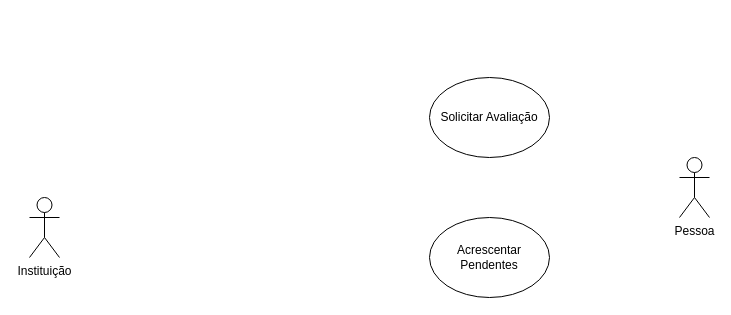
Earlier version of the draw.io diagram Controle de Clube Social.drawio (ArcanjoDaGuarda/AnjoProjetos). Source tidied: cells renumbered, new cells numbered last; positions are measured from the earlier drawing's top-left corner, leaving out a move shared by most shapes. Both pictures are drawn from the tidied source at 100%, with x=0, y=0 at pixel (29, 77).
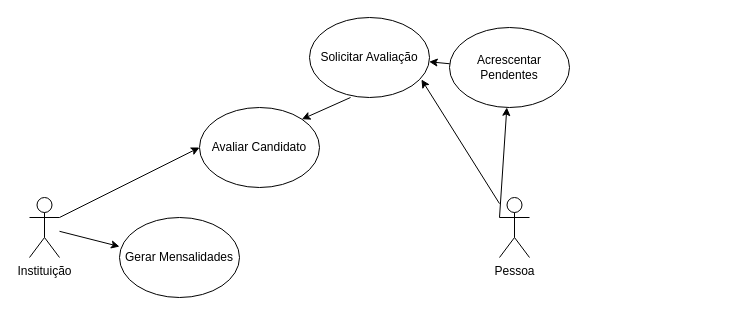
The same diagram, later.

Diff of the diagram source:
```diff
@@
 <mxGraphModel>
   <root>
     <mxCell id="0" />
     <mxCell id="1" parent="0" />
     <mxCell id="2" value="Pessoa" style="shape=umlActor;verticalLabelPosition=bottom;verticalAlign=top;html=1;outlineConnect=0;" parent="1" vertex="1">
-      <mxGeometry x="650" y="80" width="30" height="60" as="geometry" />
+      <mxGeometry x="470" y="120" width="30" height="60" as="geometry" />
     </mxCell>
     <mxCell id="3" value="Solicitar Avaliação" style="ellipse;whiteSpace=wrap;html=1;" parent="1" vertex="1">
-      <mxGeometry x="400" width="120" height="80" as="geometry" />
+      <mxGeometry x="280" y="-60" width="120" height="80" as="geometry" />
     </mxCell>
     <mxCell id="4" value="Acrescentar Pendentes" style="ellipse;whiteSpace=wrap;html=1;" parent="1" vertex="1">
-      <mxGeometry x="400" y="140" width="120" height="80" as="geometry" />
+      <mxGeometry x="420" y="-50" width="120" height="80" as="geometry" />
     </mxCell>
     <mxCell id="5" value="Instituição" style="shape=umlActor;verticalLabelPosition=bottom;verticalAlign=top;html=1;outlineConnect=0;" parent="1" vertex="1">
       <mxGeometry y="120" width="30" height="60" as="geometry" />
     </mxCell>
+    <mxCell id="6" value="Avaliar Candidato" style="ellipse;whiteSpace=wrap;html=1;" parent="1" vertex="1">
+      <mxGeometry x="170" y="30" width="120" height="80" as="geometry" />
+    </mxCell>
+    <mxCell id="7" value="Gerar Mensalidades" style="ellipse;whiteSpace=wrap;html=1;" parent="1" vertex="1">
+      <mxGeometry x="90" y="140" width="120" height="80" as="geometry" />
+    </mxCell>
+    <mxCell id="8" style="endArrow=classic;html=1;rounded=0;exitX=1;exitY=0.3333333333333333;exitDx=0;exitDy=0;exitPerimeter=0;entryX=0;entryY=0.5;entryDx=0;entryDy=0;" parent="1" edge="1" source="5" target="6">
+      <mxGeometry relative="1" as="geometry" />
+    </mxCell>
+    <mxCell id="9" style="endArrow=classic;html=1;rounded=0;entryX=0;entryY=0.363;entryDx=0;entryDy=0;entryPerimeter=0;" parent="1" edge="1" source="5" target="7">
+      <mxGeometry relative="1" as="geometry" />
+    </mxCell>
+    <mxCell id="10" style="endArrow=classic;html=1;rounded=0;" parent="1" edge="1" source="4" target="3">
+      <mxGeometry relative="1" as="geometry" />
+    </mxCell>
+    <mxCell id="11" style="endArrow=classic;html=1;rounded=0;exitX=0.342;exitY=1;exitDx=0;exitDy=0;exitPerimeter=0;entryX=1;entryY=0;entryDx=0;entryDy=0;" parent="1" edge="1" source="3" target="6">
+      <mxGeometry relative="1" as="geometry" />
+    </mxCell>
+    <mxCell id="12" style="endArrow=classic;html=1;rounded=0;exitX=0;exitY=0.3333333333333333;exitDx=0;exitDy=0;exitPerimeter=0;" parent="1" edge="1" source="2" target="4">
+      <mxGeometry relative="1" as="geometry" />
+    </mxCell>
+    <mxCell id="13" style="endArrow=classic;html=1;rounded=0;entryX=0.933;entryY=0.775;entryDx=0;entryDy=0;entryPerimeter=0;" parent="1" edge="1" source="2" target="3">
+      <mxGeometry relative="1" as="geometry" />
+    </mxCell>
   </root>
 </mxGraphModel>
```
